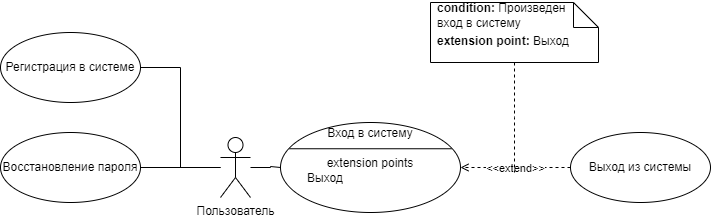
Hembos/InternetTech keeps this draw.io diagram as UseCase.png. Above is the earlier version. Source tidied: cells renumbered, new cells last; positions are measured from the earlier drawing's top-left corner, leaving out a move shared by most shapes.
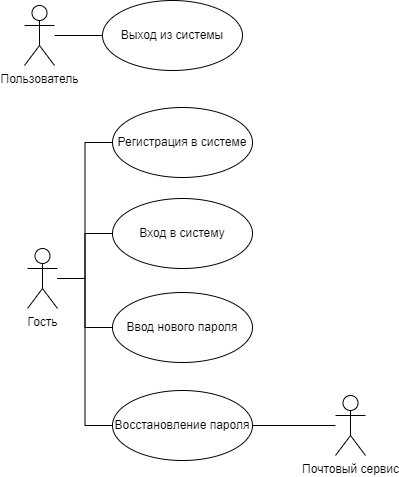
After the commit.

The edit, as a diff of the source:
```diff
@@ -1,66 +1,48 @@
 <mxGraphModel>
   <root>
-    <mxCell id="0" />
-    <mxCell id="1" parent="0" />
-    <mxCell id="2" style="edgeStyle=orthogonalEdgeStyle;rounded=0;jettySize=auto;html=1;endArrow=none;endFill=0;" parent="1" edge="1" source="5" target="7">
-      <mxGeometry relative="1" as="geometry" />
-    </mxCell>
-    <mxCell id="3" style="edgeStyle=orthogonalEdgeStyle;rounded=0;jettySize=auto;html=1;entryX=0;entryY=0;entryDx=0;entryDy=0;endArrow=none;endFill=0;" parent="1" edge="1" source="5" target="18">
-      <mxGeometry relative="1" as="geometry">
-        <Array as="points">
-          <mxPoint x="270" y="165" />
-          <mxPoint x="280" y="164" />
-        </Array>
-      </mxGeometry>
-    </mxCell>
-    <mxCell id="4" style="edgeStyle=orthogonalEdgeStyle;rounded=0;jettySize=auto;html=1;entryX=1;entryY=0.5;entryDx=0;entryDy=0;endArrow=none;endFill=0;" parent="1" edge="1" source="5" target="6">
-      <mxGeometry relative="1" as="geometry" />
-    </mxCell>
+    <mxCell id="19" />
+    <mxCell id="20" parent="19" />
+    <mxCell id="6" value="Регистрация в системе" style="ellipse;whiteSpace=wrap;html=1;" parent="20" vertex="1">
+      <mxGeometry x="5" y="-99" width="140" height="70" as="geometry" />
+    </mxCell>
+    <mxCell id="10" value="Выход из системы" style="ellipse;whiteSpace=wrap;html=1;" parent="20" vertex="1">
+      <mxGeometry x="-5" y="-206" width="140" height="70" as="geometry" />
+    </mxCell>
+    <mxCell id="21" value="Ввод нового пароля" style="ellipse;whiteSpace=wrap;html=1;" parent="20" vertex="1">
+      <mxGeometry x="5" y="86" width="140" height="70" as="geometry" />
+    </mxCell>
+    <mxCell id="22" style="edgeStyle=orthogonalEdgeStyle;rounded=0;jettySize=auto;html=1;entryX=1;entryY=0.5;entryDx=0;entryDy=0;endArrow=none;endFill=0;" parent="20" edge="1" source="23" target="7">
+      <mxGeometry relative="1" as="geometry" />
+    </mxCell>
+    <mxCell id="23" value="Почтовый сервис" style="shape=umlActor;verticalLabelPosition=bottom;verticalAlign=top;html=1;" parent="20" vertex="1">
+      <mxGeometry x="228" y="189" width="30" height="60" as="geometry" />
+    </mxCell>
+    <mxCell id="24" style="edgeStyle=orthogonalEdgeStyle;rounded=0;jettySize=auto;html=1;entryX=0;entryY=0.5;entryDx=0;entryDy=0;endArrow=none;endFill=0;" parent="20" edge="1" source="28" target="6">
+      <mxGeometry relative="1" as="geometry" />
+    </mxCell>
+    <mxCell id="25" style="edgeStyle=orthogonalEdgeStyle;rounded=0;jettySize=auto;html=1;entryX=0;entryY=0.5;entryDx=0;entryDy=0;endArrow=none;endFill=0;" parent="20" edge="1" source="28" target="15">
+      <mxGeometry relative="1" as="geometry" />
+    </mxCell>
+    <mxCell id="26" style="edgeStyle=orthogonalEdgeStyle;rounded=0;jettySize=auto;html=1;entryX=0;entryY=0.5;entryDx=0;entryDy=0;endArrow=none;endFill=0;" parent="20" edge="1" source="28" target="21">
+      <mxGeometry relative="1" as="geometry" />
+    </mxCell>
+    <mxCell id="27" style="edgeStyle=orthogonalEdgeStyle;rounded=0;jettySize=auto;html=1;entryX=0;entryY=0.5;entryDx=0;entryDy=0;endArrow=none;endFill=0;" parent="20" edge="1" source="28" target="7">
+      <mxGeometry relative="1" as="geometry" />
+    </mxCell>
+    <mxCell id="28" value="Гость" style="shape=umlActor;verticalLabelPosition=bottom;verticalAlign=top;html=1;" parent="20" vertex="1">
+      <mxGeometry x="-80" y="42" width="30" height="60" as="geometry" />
+    </mxCell>
+    <mxCell id="29" style="edgeStyle=orthogonalEdgeStyle;rounded=0;jettySize=auto;html=1;entryX=0;entryY=0.5;entryDx=0;entryDy=0;endArrow=none;endFill=0;" parent="20" edge="1" source="5" target="10">
+      <mxGeometry relative="1" as="geometry" />
+    </mxCell>
-    <mxCell id="5" value="Пользователь" style="shape=umlActor;verticalLabelPosition=bottom;verticalAlign=top;html=1;" parent="1" vertex="1">
-      <mxGeometry x="220" y="135" width="30" height="60" as="geometry" />
+    <mxCell id="5" value="Пользователь" style="shape=umlActor;verticalLabelPosition=bottom;verticalAlign=top;html=1;" parent="20" vertex="1">
+      <mxGeometry x="-83" y="-201" width="30" height="60" as="geometry" />
     </mxCell>
-    <mxCell id="6" value="Регистрация в системе" style="ellipse;whiteSpace=wrap;html=1;" parent="1" vertex="1">
-      <mxGeometry y="30" width="140" height="70" as="geometry" />
-    </mxCell>
+    <mxCell id="15" value="Вход в систему" style="ellipse;whiteSpace=wrap;html=1;" parent="20" vertex="1">
+      <mxGeometry x="5" y="-8" width="140" height="70" as="geometry" />
+    </mxCell>
-    <mxCell id="7" value="Восстановление пароля" style="ellipse;whiteSpace=wrap;html=1;" parent="1" vertex="1">
-      <mxGeometry y="130" width="140" height="70" as="geometry" />
+    <mxCell id="7" value="Восстановление пароля" style="ellipse;whiteSpace=wrap;html=1;" parent="20" vertex="1">
+      <mxGeometry x="5" y="184" width="140" height="70" as="geometry" />
     </mxCell>
-    <mxCell id="8" style="edgeStyle=orthogonalEdgeStyle;rounded=0;jettySize=auto;html=1;entryX=1;entryY=0.5;entryDx=0;entryDy=0;endArrow=open;endFill=0;dashed=1;" parent="1" edge="1" source="10" target="14">
-      <mxGeometry relative="1" as="geometry" />
-    </mxCell>
-    <mxCell id="9" value="&amp;lt;&amp;lt;extend&amp;gt;&amp;gt;" style="edgeLabel;html=1;align=center;verticalAlign=middle;" parent="8" vertex="1">
-      <mxGeometry x="0.15" relative="1" as="geometry">
-        <mxPoint x="7" as="offset" />
-      </mxGeometry>
-    </mxCell>
-    <mxCell id="10" value="Выход из системы" style="ellipse;whiteSpace=wrap;html=1;" parent="1" vertex="1">
-      <mxGeometry x="570" y="130" width="140" height="70" as="geometry" />
-    </mxCell>
-    <mxCell id="11" style="edgeStyle=orthogonalEdgeStyle;rounded=0;jettySize=auto;html=1;dashed=1;endArrow=none;endFill=0;" parent="1" edge="1" source="12">
-      <mxGeometry relative="1" as="geometry">
-        <mxPoint x="514" y="170" as="targetPoint" />
-      </mxGeometry>
-    </mxCell>
-    <mxCell id="12" value="&lt;b&gt;extension point: &lt;/b&gt;Выход" style="shape=note2;boundedLbl=1;whiteSpace=wrap;html=1;size=25;verticalAlign=top;align=left;spacingLeft=5;" parent="1" vertex="1">
-      <mxGeometry x="430" width="168" height="60" as="geometry" />
-    </mxCell>
-    <mxCell id="13" value="&lt;b&gt;condition: &lt;/b&gt;Произведен вход в систему" style="strokeColor=none;fillColor=none;align=left;spacingLeft=5;whiteSpace=wrap;html=1;" parent="12" vertex="1">
-      <mxGeometry width="138" height="25" relative="1" as="geometry" />
-    </mxCell>
-    <mxCell id="14" style="shape=ellipse;horizontal=1;html=1;dashed=0;" parent="1" vertex="1">
-      <mxGeometry x="280" y="120" width="180" height="90" as="geometry" />
-    </mxCell>
-    <mxCell id="15" value="Вход в систему" style="html=1;strokeColor=none;fillColor=none;align=center;verticalAlign=middle;whiteSpace=wrap;" parent="14" vertex="1">
-      <mxGeometry width="180" height="22.5" as="geometry" />
-    </mxCell>
-    <mxCell id="16" style="line;strokeWidth=1;fillColor=none;labelPosition=right;dashed=0;" parent="14" vertex="1">
-      <mxGeometry x="9" y="22.5" width="162" height="7.5" as="geometry" />
-    </mxCell>
-    <mxCell id="17" value="extension points" style="text;html=1;align=center;verticalAlign=middle;fillColor=none;strokeColor=none;whiteSpace=wrap;" parent="14" vertex="1">
-      <mxGeometry y="30" width="180" height="22.5" as="geometry" />
-    </mxCell>
-    <mxCell id="18" value="Выход" style="text;html=1;align=left;verticalAlign=middle;spacingLeft=25;fillColor=none;strokeColor=none;whiteSpace=wrap;" parent="14" vertex="1">
-      <mxGeometry y="45" width="180" height="22.5" as="geometry" />
-    </mxCell>
   </root>
 </mxGraphModel>
```
